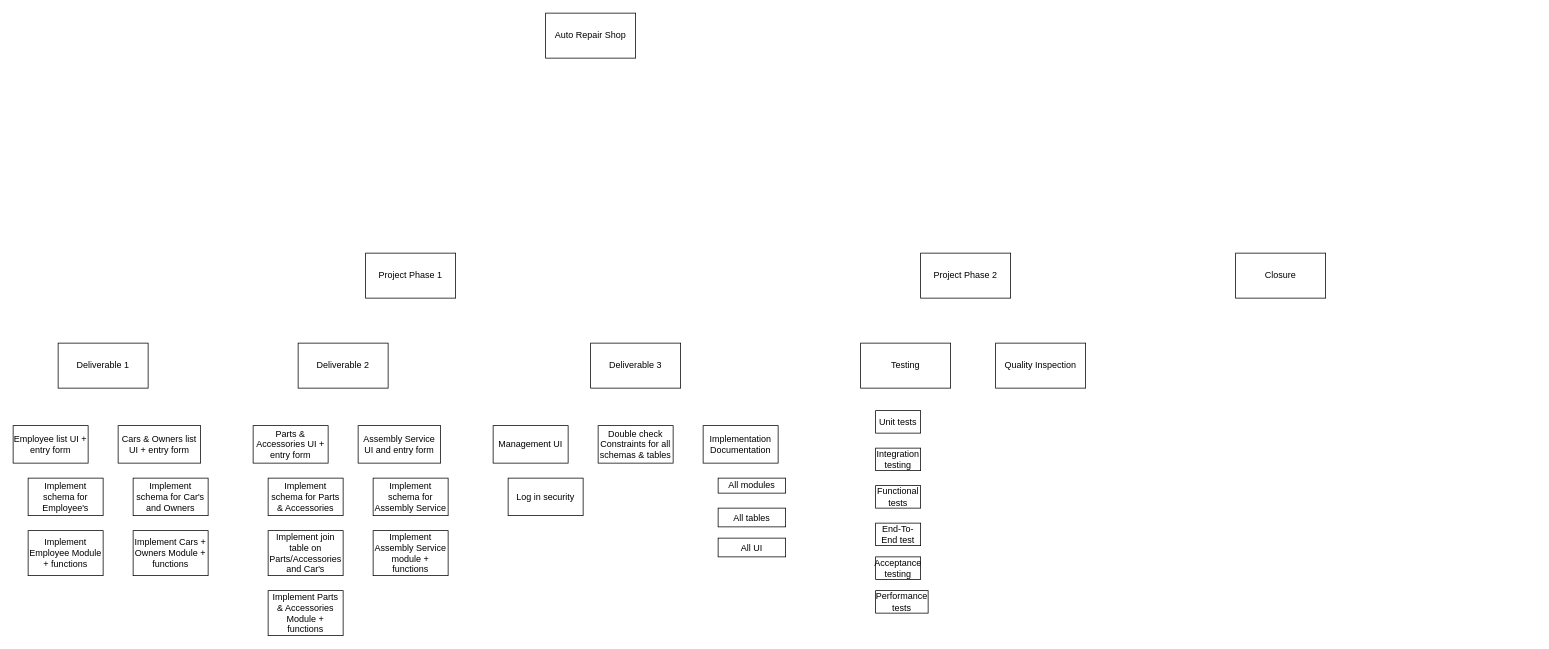
The draw.io diagram AutoRepairHybrid.drawio in DylanBriSmith/4313Drawings, before the edit. Source tidied: cells renumbered, new cells numbered last; positions are measured from the earlier drawing's top-left corner, leaving out a move shared by most shapes. Both pictures are drawn from the tidied source at 75%, with x=0, y=0 at pixel (13, 13).
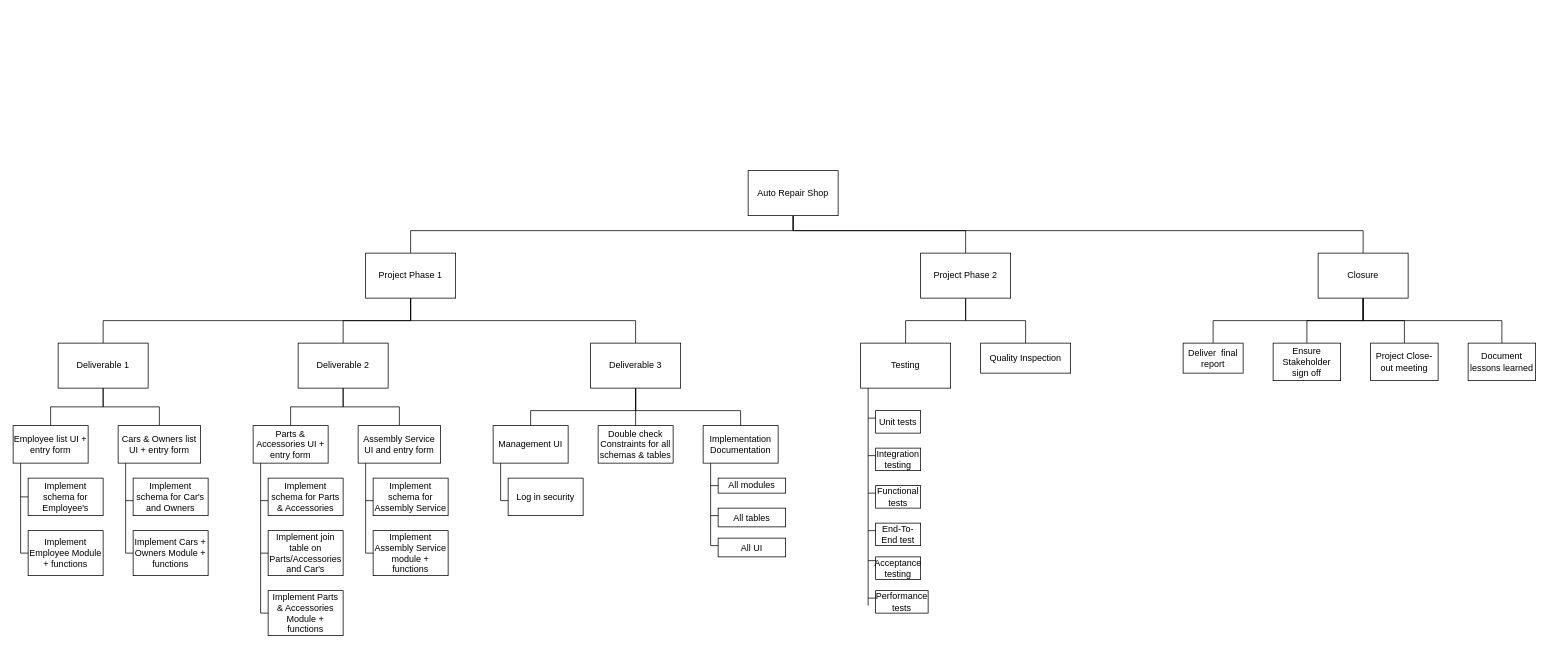
The same page after the edit.

Unchanged cells that the change refers to:
```xml
<mxCell id="3" value="Project Phase 1" style="rounded=0;whiteSpace=wrap;html=1;" parent="1" vertex="1">
  <mxGeometry x="470" y="320" width="120" height="60" as="geometry" />
</mxCell>
<mxCell id="4" value="Deliverable 1" style="rounded=0;whiteSpace=wrap;html=1;" parent="1" vertex="1">
  <mxGeometry x="60" y="440" width="120" height="60" as="geometry" />
</mxCell>
<mxCell id="5" value="Employee list UI + entry form" style="rounded=0;whiteSpace=wrap;html=1;" parent="1" vertex="1">
  <mxGeometry y="550" width="100" height="50" as="geometry" />
</mxCell>
<mxCell id="6" value="Cars &amp;amp; Owners list UI + entry form" style="rounded=0;whiteSpace=wrap;html=1;" parent="1" vertex="1">
  <mxGeometry x="140" y="550" width="110" height="50" as="geometry" />
</mxCell>
<mxCell id="7" value="Implement schema for Employee's" style="rounded=0;whiteSpace=wrap;html=1;" parent="1" vertex="1">
  <mxGeometry x="20" y="620" width="100" height="50" as="geometry" />
</mxCell>
<mxCell id="11" value="Deliverable 2" style="rounded=0;whiteSpace=wrap;html=1;" parent="1" vertex="1">
  <mxGeometry x="380" y="440" width="120" height="60" as="geometry" />
</mxCell>
<mxCell id="12" value="Parts &amp;amp; Accessories UI + entry form" style="rounded=0;whiteSpace=wrap;html=1;" parent="1" vertex="1">
  <mxGeometry x="320" y="550" width="100" height="50" as="geometry" />
</mxCell>
<mxCell id="13" value="Assembly Service UI and entry form" style="rounded=0;whiteSpace=wrap;html=1;" parent="1" vertex="1">
  <mxGeometry x="460" y="550" width="110" height="50" as="geometry" />
</mxCell>
<mxCell id="19" value="Deliverable 3" style="rounded=0;whiteSpace=wrap;html=1;" parent="1" vertex="1">
  <mxGeometry x="770" y="440" width="120" height="60" as="geometry" />
</mxCell>
<mxCell id="20" value="Management UI" style="rounded=0;whiteSpace=wrap;html=1;" parent="1" vertex="1">
  <mxGeometry x="640" y="550" width="100" height="50" as="geometry" />
</mxCell>
<mxCell id="21" value="Double check Constraints for all schemas &amp;amp; tables" style="rounded=0;whiteSpace=wrap;html=1;" parent="1" vertex="1">
  <mxGeometry x="780" y="550" width="100" height="50" as="geometry" />
</mxCell>
<mxCell id="23" value="Implementation&lt;div&gt;Documentation&lt;/div&gt;" style="rounded=0;whiteSpace=wrap;html=1;" parent="1" vertex="1">
  <mxGeometry x="920" y="550" width="100" height="50" as="geometry" />
</mxCell>
<mxCell id="27" value="Project Phase 2" style="rounded=0;whiteSpace=wrap;html=1;" parent="1" vertex="1">
  <mxGeometry x="1210" y="320" width="120" height="60" as="geometry" />
</mxCell>
<mxCell id="28" value="Testing" style="rounded=0;whiteSpace=wrap;html=1;" parent="1" vertex="1">
  <mxGeometry x="1130" y="440" width="120" height="60" as="geometry" />
</mxCell>
```

Diff of the diagram source:
```diff
@@
+    <mxCell id="37" style="edgeStyle=orthogonalEdgeStyle;rounded=0;jettySize=auto;html=1;entryX=0.5;entryY=0;entryDx=0;entryDy=0;endArrow=none;endFill=0;" parent="1" edge="1" source="2" target="3">
+      <mxGeometry relative="1" as="geometry">
+        <Array as="points">
+          <mxPoint x="1040" y="290" />
+          <mxPoint x="530" y="290" />
+        </Array>
+      </mxGeometry>
+    </mxCell>
+    <mxCell id="38" value="&lt;div&gt;&lt;br&gt;&lt;/div&gt;&lt;div&gt;&lt;br&gt;&lt;/div&gt;" style="edgeStyle=orthogonalEdgeStyle;rounded=0;jettySize=auto;html=1;strokeColor=default;align=center;verticalAlign=middle;fontFamily=Helvetica;fontSize=11;fontColor=default;labelBackgroundColor=default;endArrow=none;endFill=0;" parent="1" edge="1" source="2" target="27">
+      <mxGeometry relative="1" as="geometry">
+        <Array as="points">
+          <mxPoint x="1040" y="290" />
+          <mxPoint x="1270" y="290" />
+        </Array>
+      </mxGeometry>
+    </mxCell>
+    <mxCell id="39" style="edgeStyle=orthogonalEdgeStyle;rounded=0;jettySize=auto;html=1;strokeColor=default;align=center;verticalAlign=middle;fontFamily=Helvetica;fontSize=11;fontColor=default;labelBackgroundColor=default;endArrow=none;endFill=0;" parent="1" edge="1" source="2" target="36">
+      <mxGeometry relative="1" as="geometry">
+        <Array as="points">
+          <mxPoint x="1040" y="290" />
+          <mxPoint x="1800" y="290" />
+        </Array>
+      </mxGeometry>
+    </mxCell>
     <mxCell id="2" value="Auto Repair Shop" style="rounded=0;whiteSpace=wrap;html=1;" parent="1" vertex="1">
-      <mxGeometry x="710" width="120" height="60" as="geometry" />
+      <mxGeometry x="980" y="210" width="120" height="60" as="geometry" />
     </mxCell>
+    <mxCell id="40" style="edgeStyle=orthogonalEdgeStyle;rounded=0;jettySize=auto;html=1;entryX=0.5;entryY=0;entryDx=0;entryDy=0;strokeColor=default;align=center;verticalAlign=middle;fontFamily=Helvetica;fontSize=11;fontColor=default;labelBackgroundColor=default;endArrow=none;endFill=0;" parent="1" edge="1" source="3" target="4">
+      <mxGeometry relative="1" as="geometry">
+        <Array as="points">
+          <mxPoint x="530" y="410" />
+          <mxPoint x="120" y="410" />
+        </Array>
+      </mxGeometry>
+    </mxCell>
+    <mxCell id="41" style="edgeStyle=orthogonalEdgeStyle;rounded=0;jettySize=auto;html=1;entryX=0.5;entryY=0;entryDx=0;entryDy=0;strokeColor=default;align=center;verticalAlign=middle;fontFamily=Helvetica;fontSize=11;fontColor=default;labelBackgroundColor=default;endArrow=none;endFill=0;" parent="1" edge="1" source="3" target="11">
+      <mxGeometry relative="1" as="geometry" />
+    </mxCell>
+    <mxCell id="42" style="edgeStyle=orthogonalEdgeStyle;rounded=0;jettySize=auto;html=1;strokeColor=default;align=center;verticalAlign=middle;fontFamily=Helvetica;fontSize=11;fontColor=default;labelBackgroundColor=default;endArrow=none;endFill=0;" parent="1" edge="1" source="3" target="19">
+      <mxGeometry relative="1" as="geometry">
+        <Array as="points">
+          <mxPoint x="530" y="410" />
+          <mxPoint x="830" y="410" />
+        </Array>
+      </mxGeometry>
+    </mxCell>
@@
+    <mxCell id="43" style="edgeStyle=orthogonalEdgeStyle;rounded=0;jettySize=auto;html=1;strokeColor=default;align=center;verticalAlign=middle;fontFamily=Helvetica;fontSize=11;fontColor=default;labelBackgroundColor=default;endArrow=none;endFill=0;" parent="1" edge="1" source="4" target="5">
+      <mxGeometry relative="1" as="geometry" />
+    </mxCell>
+    <mxCell id="44" style="edgeStyle=orthogonalEdgeStyle;rounded=0;jettySize=auto;html=1;entryX=0.5;entryY=0;entryDx=0;entryDy=0;strokeColor=default;align=center;verticalAlign=middle;fontFamily=Helvetica;fontSize=11;fontColor=default;labelBackgroundColor=default;endArrow=none;endFill=0;" parent="1" edge="1" source="4" target="6">
+      <mxGeometry relative="1" as="geometry" />
+    </mxCell>
@@
+    <mxCell id="45" style="edgeStyle=orthogonalEdgeStyle;rounded=0;jettySize=auto;html=1;strokeColor=default;align=center;verticalAlign=middle;fontFamily=Helvetica;fontSize=11;fontColor=default;labelBackgroundColor=default;endArrow=none;endFill=0;" parent="1" edge="1" source="11" target="12">
+      <mxGeometry relative="1" as="geometry" />
+    </mxCell>
+    <mxCell id="46" style="edgeStyle=orthogonalEdgeStyle;rounded=0;jettySize=auto;html=1;strokeColor=default;align=center;verticalAlign=middle;fontFamily=Helvetica;fontSize=11;fontColor=default;labelBackgroundColor=default;endArrow=none;endFill=0;" parent="1" edge="1" source="11" target="13">
+      <mxGeometry relative="1" as="geometry" />
+    </mxCell>
@@
+    <mxCell id="47" style="edgeStyle=orthogonalEdgeStyle;rounded=0;jettySize=auto;html=1;strokeColor=default;align=center;verticalAlign=middle;fontFamily=Helvetica;fontSize=11;fontColor=default;labelBackgroundColor=default;endArrow=none;endFill=0;" parent="1" edge="1" source="19" target="20">
+      <mxGeometry relative="1" as="geometry">
+        <Array as="points">
+          <mxPoint x="830" y="530" />
+          <mxPoint x="690" y="530" />
+        </Array>
+      </mxGeometry>
+    </mxCell>
+    <mxCell id="48" style="edgeStyle=orthogonalEdgeStyle;rounded=0;jettySize=auto;html=1;strokeColor=default;align=center;verticalAlign=middle;fontFamily=Helvetica;fontSize=11;fontColor=default;labelBackgroundColor=default;endArrow=none;endFill=0;" parent="1" edge="1" source="19" target="21">
+      <mxGeometry relative="1" as="geometry" />
+    </mxCell>
+    <mxCell id="49" style="edgeStyle=orthogonalEdgeStyle;rounded=0;jettySize=auto;html=1;entryX=0.5;entryY=0;entryDx=0;entryDy=0;strokeColor=default;align=center;verticalAlign=middle;fontFamily=Helvetica;fontSize=11;fontColor=default;labelBackgroundColor=default;endArrow=none;endFill=0;" parent="1" edge="1" source="19" target="23">
+      <mxGeometry relative="1" as="geometry">
+        <Array as="points">
+          <mxPoint x="830" y="530" />
+          <mxPoint x="970" y="530" />
+        </Array>
+      </mxGeometry>
+    </mxCell>
@@
+    <mxCell id="50" style="edgeStyle=orthogonalEdgeStyle;rounded=0;jettySize=auto;html=1;entryX=0.5;entryY=0;entryDx=0;entryDy=0;strokeColor=default;align=center;verticalAlign=middle;fontFamily=Helvetica;fontSize=11;fontColor=default;labelBackgroundColor=default;endArrow=none;endFill=0;" parent="1" edge="1" source="27" target="28">
+      <mxGeometry relative="1" as="geometry" />
+    </mxCell>
+    <mxCell id="51" style="edgeStyle=orthogonalEdgeStyle;rounded=0;jettySize=auto;html=1;strokeColor=default;align=center;verticalAlign=middle;fontFamily=Helvetica;fontSize=11;fontColor=default;labelBackgroundColor=default;endArrow=none;endFill=0;" parent="1" edge="1" source="27" target="35">
+      <mxGeometry relative="1" as="geometry">
+        <Array as="points">
+          <mxPoint x="1270" y="410" />
+          <mxPoint x="1350" y="410" />
+        </Array>
+      </mxGeometry>
+    </mxCell>
@@
     <mxCell id="35" value="Quality Inspection" style="rounded=0;whiteSpace=wrap;html=1;" parent="1" vertex="1">
-      <mxGeometry x="1310" y="440" width="120" height="60" as="geometry" />
+      <mxGeometry x="1290" y="440" width="120" height="40" as="geometry" />
     </mxCell>
+    <mxCell id="52" style="edgeStyle=orthogonalEdgeStyle;rounded=0;jettySize=auto;html=1;strokeColor=default;align=center;verticalAlign=middle;fontFamily=Helvetica;fontSize=11;fontColor=default;labelBackgroundColor=default;endArrow=none;endFill=0;" parent="1" edge="1" source="36" target="56">
+      <mxGeometry relative="1" as="geometry">
+        <Array as="points">
+          <mxPoint x="1800" y="410" />
+          <mxPoint x="1600" y="410" />
+        </Array>
+      </mxGeometry>
+    </mxCell>
+    <mxCell id="53" style="edgeStyle=orthogonalEdgeStyle;rounded=0;jettySize=auto;html=1;entryX=0.5;entryY=0;entryDx=0;entryDy=0;strokeColor=default;align=center;verticalAlign=middle;fontFamily=Helvetica;fontSize=11;fontColor=default;labelBackgroundColor=default;endArrow=none;endFill=0;" parent="1" edge="1" source="36" target="57">
+      <mxGeometry relative="1" as="geometry" />
+    </mxCell>
+    <mxCell id="54" style="edgeStyle=orthogonalEdgeStyle;rounded=0;jettySize=auto;html=1;strokeColor=default;align=center;verticalAlign=middle;fontFamily=Helvetica;fontSize=11;fontColor=default;labelBackgroundColor=default;endArrow=none;endFill=0;" parent="1" edge="1" source="36" target="58">
+      <mxGeometry relative="1" as="geometry" />
+    </mxCell>
+    <mxCell id="55" style="edgeStyle=orthogonalEdgeStyle;rounded=0;jettySize=auto;html=1;strokeColor=default;align=center;verticalAlign=middle;fontFamily=Helvetica;fontSize=11;fontColor=default;labelBackgroundColor=default;endArrow=none;endFill=0;" parent="1" edge="1" source="36" target="59">
+      <mxGeometry relative="1" as="geometry">
+        <Array as="points">
+          <mxPoint x="1800" y="410" />
+          <mxPoint x="1985" y="410" />
+        </Array>
+      </mxGeometry>
+    </mxCell>
     <mxCell id="36" value="Closure" style="rounded=0;whiteSpace=wrap;html=1;" parent="1" vertex="1">
-      <mxGeometry x="1630" y="320" width="120" height="60" as="geometry" />
+      <mxGeometry x="1740" y="320" width="120" height="60" as="geometry" />
     </mxCell>
+    <mxCell id="56" value="Deliver&amp;nbsp; final report" style="rounded=0;whiteSpace=wrap;html=1;" parent="1" vertex="1">
+      <mxGeometry x="1560" y="440" width="80" height="40" as="geometry" />
+    </mxCell>
+    <mxCell id="57" value="Ensure Stakeholder sign off" style="rounded=0;whiteSpace=wrap;html=1;" parent="1" vertex="1">
+      <mxGeometry x="1680" y="440" width="90" height="50" as="geometry" />
+    </mxCell>
+    <mxCell id="58" value="Project Close-out meeting" style="rounded=0;whiteSpace=wrap;html=1;" parent="1" vertex="1">
+      <mxGeometry x="1810" y="440" width="90" height="50" as="geometry" />
+    </mxCell>
+    <mxCell id="59" value="Document lessons learned" style="rounded=0;whiteSpace=wrap;html=1;" parent="1" vertex="1">
+      <mxGeometry x="1940" y="440" width="90" height="50" as="geometry" />
+    </mxCell>
+    <mxCell id="60" style="endArrow=none;html=1;rounded=0;" parent="1" edge="1">
+      <mxGeometry relative="1" as="geometry">
+        <mxPoint x="10" y="720" as="sourcePoint" />
+        <mxPoint x="10" y="600" as="targetPoint" />
+      </mxGeometry>
+    </mxCell>
+    <mxCell id="61" style="endArrow=none;html=1;rounded=0;" parent="1" edge="1">
+      <mxGeometry relative="1" as="geometry">
+        <mxPoint x="150" y="720" as="sourcePoint" />
+        <mxPoint x="150" y="600" as="targetPoint" />
+      </mxGeometry>
+    </mxCell>
+    <mxCell id="62" style="endArrow=none;html=1;rounded=0;" parent="1" edge="1">
+      <mxGeometry relative="1" as="geometry">
+        <mxPoint x="330" y="800" as="sourcePoint" />
+        <mxPoint x="330" y="600" as="targetPoint" />
+      </mxGeometry>
+    </mxCell>
+    <mxCell id="63" style="endArrow=none;html=1;rounded=0;" parent="1" edge="1">
+      <mxGeometry relative="1" as="geometry">
+        <mxPoint x="470" y="720" as="sourcePoint" />
+        <mxPoint x="470" y="600" as="targetPoint" />
+      </mxGeometry>
+    </mxCell>
+    <mxCell id="64" style="endArrow=none;html=1;rounded=0;" parent="1" edge="1">
+      <mxGeometry relative="1" as="geometry">
+        <mxPoint x="650" y="650" as="sourcePoint" />
+        <mxPoint x="650" y="600" as="targetPoint" />
+      </mxGeometry>
+    </mxCell>
+    <mxCell id="65" style="endArrow=none;html=1;rounded=0;" parent="1" edge="1">
+      <mxGeometry relative="1" as="geometry">
+        <mxPoint x="930" y="710" as="sourcePoint" />
+        <mxPoint x="930" y="600" as="targetPoint" />
+      </mxGeometry>
+    </mxCell>
+    <mxCell id="66" style="endArrow=none;html=1;rounded=0;" parent="1" edge="1">
+      <mxGeometry relative="1" as="geometry">
+        <mxPoint x="1140" y="790" as="sourcePoint" />
+        <mxPoint x="1140" y="500" as="targetPoint" />
+      </mxGeometry>
+    </mxCell>
+    <mxCell id="67" style="endArrow=none;html=1;rounded=0;entryX=0;entryY=0.5;entryDx=0;entryDy=0;" parent="1" edge="1" target="7">
+      <mxGeometry relative="1" as="geometry">
+        <mxPoint x="10" y="645" as="sourcePoint" />
+      </mxGeometry>
+    </mxCell>
+    <mxCell id="68" style="endArrow=none;html=1;rounded=0;entryX=0;entryY=0.5;entryDx=0;entryDy=0;" parent="1" edge="1">
+      <mxGeometry relative="1" as="geometry">
+        <mxPoint x="10" y="720" as="sourcePoint" />
+        <mxPoint x="20" y="720" as="targetPoint" />
+      </mxGeometry>
+    </mxCell>
+    <mxCell id="69" style="endArrow=none;html=1;rounded=0;entryX=0;entryY=0.5;entryDx=0;entryDy=0;" parent="1" edge="1">
+      <mxGeometry relative="1" as="geometry">
+        <mxPoint x="150" y="650" as="sourcePoint" />
+        <mxPoint x="160" y="650" as="targetPoint" />
+      </mxGeometry>
+    </mxCell>
+    <mxCell id="70" style="endArrow=none;html=1;rounded=0;entryX=0;entryY=0.5;entryDx=0;entryDy=0;" parent="1" edge="1">
+      <mxGeometry relative="1" as="geometry">
+        <mxPoint x="150" y="720" as="sourcePoint" />
+        <mxPoint x="160" y="720" as="targetPoint" />
+      </mxGeometry>
+    </mxCell>
+    <mxCell id="71" style="endArrow=none;html=1;rounded=0;entryX=0;entryY=0.5;entryDx=0;entryDy=0;" parent="1" edge="1">
+      <mxGeometry relative="1" as="geometry">
+        <mxPoint x="330" y="650" as="sourcePoint" />
+        <mxPoint x="340" y="650" as="targetPoint" />
+      </mxGeometry>
+    </mxCell>
+    <mxCell id="72" style="endArrow=none;html=1;rounded=0;entryX=0;entryY=0.5;entryDx=0;entryDy=0;" parent="1" edge="1">
+      <mxGeometry relative="1" as="geometry">
+        <mxPoint x="330" y="720" as="sourcePoint" />
+        <mxPoint x="340" y="720" as="targetPoint" />
+      </mxGeometry>
+    </mxCell>
+    <mxCell id="73" style="endArrow=none;html=1;rounded=0;entryX=0;entryY=0.5;entryDx=0;entryDy=0;" parent="1" edge="1">
+      <mxGeometry relative="1" as="geometry">
+        <mxPoint x="330" y="800" as="sourcePoint" />
+        <mxPoint x="340" y="800" as="targetPoint" />
+      </mxGeometry>
+    </mxCell>
+    <mxCell id="74" style="endArrow=none;html=1;rounded=0;entryX=0;entryY=0.5;entryDx=0;entryDy=0;" parent="1" edge="1">
+      <mxGeometry relative="1" as="geometry">
+        <mxPoint x="470" y="720" as="sourcePoint" />
+        <mxPoint x="480" y="720" as="targetPoint" />
+      </mxGeometry>
+    </mxCell>
+    <mxCell id="75" style="endArrow=none;html=1;rounded=0;entryX=0;entryY=0.5;entryDx=0;entryDy=0;" parent="1" edge="1">
+      <mxGeometry relative="1" as="geometry">
+        <mxPoint x="470" y="650" as="sourcePoint" />
+        <mxPoint x="480" y="650" as="targetPoint" />
+      </mxGeometry>
+    </mxCell>
+    <mxCell id="76" style="endArrow=none;html=1;rounded=0;entryX=0;entryY=0.5;entryDx=0;entryDy=0;" parent="1" edge="1">
+      <mxGeometry relative="1" as="geometry">
+        <mxPoint x="650" y="650" as="sourcePoint" />
+        <mxPoint x="660" y="650" as="targetPoint" />
+      </mxGeometry>
+    </mxCell>
+    <mxCell id="77" style="endArrow=none;html=1;rounded=0;entryX=0;entryY=0.5;entryDx=0;entryDy=0;" parent="1" edge="1">
+      <mxGeometry relative="1" as="geometry">
+        <mxPoint x="930" y="630" as="sourcePoint" />
+        <mxPoint x="940" y="630" as="targetPoint" />
+      </mxGeometry>
+    </mxCell>
+    <mxCell id="78" style="endArrow=none;html=1;rounded=0;entryX=0;entryY=0.5;entryDx=0;entryDy=0;" parent="1" edge="1">
+      <mxGeometry relative="1" as="geometry">
+        <mxPoint x="930" y="670" as="sourcePoint" />
+        <mxPoint x="940" y="670" as="targetPoint" />
+      </mxGeometry>
+    </mxCell>
+    <mxCell id="79" style="endArrow=none;html=1;rounded=0;entryX=0;entryY=0.5;entryDx=0;entryDy=0;" parent="1" edge="1">
+      <mxGeometry relative="1" as="geometry">
+        <mxPoint x="930" y="710" as="sourcePoint" />
+        <mxPoint x="940" y="710" as="targetPoint" />
+      </mxGeometry>
+    </mxCell>
+    <mxCell id="80" style="endArrow=none;html=1;rounded=0;entryX=0;entryY=0.5;entryDx=0;entryDy=0;" parent="1" edge="1">
+      <mxGeometry relative="1" as="geometry">
+        <mxPoint x="1140" y="540" as="sourcePoint" />
+        <mxPoint x="1150" y="540" as="targetPoint" />
+      </mxGeometry>
+    </mxCell>
+    <mxCell id="81" style="endArrow=none;html=1;rounded=0;entryX=0;entryY=0.5;entryDx=0;entryDy=0;" parent="1" edge="1">
+      <mxGeometry relative="1" as="geometry">
+        <mxPoint x="1140" y="590" as="sourcePoint" />
+        <mxPoint x="1150" y="590" as="targetPoint" />
+      </mxGeometry>
+    </mxCell>
+    <mxCell id="82" style="endArrow=none;html=1;rounded=0;entryX=0;entryY=0.5;entryDx=0;entryDy=0;" parent="1" edge="1">
+      <mxGeometry relative="1" as="geometry">
+        <mxPoint x="1140" y="640" as="sourcePoint" />
+        <mxPoint x="1150" y="640" as="targetPoint" />
+      </mxGeometry>
+    </mxCell>
+    <mxCell id="83" style="endArrow=none;html=1;rounded=0;entryX=0;entryY=0.5;entryDx=0;entryDy=0;" parent="1" edge="1">
+      <mxGeometry relative="1" as="geometry">
+        <mxPoint x="1140" y="690" as="sourcePoint" />
+        <mxPoint x="1150" y="690" as="targetPoint" />
+      </mxGeometry>
+    </mxCell>
+    <mxCell id="84" style="endArrow=none;html=1;rounded=0;entryX=0;entryY=0.5;entryDx=0;entryDy=0;" parent="1" edge="1">
+      <mxGeometry relative="1" as="geometry">
+        <mxPoint x="1140" y="730" as="sourcePoint" />
+        <mxPoint x="1150" y="730" as="targetPoint" />
+      </mxGeometry>
+    </mxCell>
+    <mxCell id="85" style="endArrow=none;html=1;rounded=0;entryX=0;entryY=0.5;entryDx=0;entryDy=0;" parent="1" edge="1">
+      <mxGeometry relative="1" as="geometry">
+        <mxPoint x="1140" y="780" as="sourcePoint" />
+        <mxPoint x="1150" y="780" as="targetPoint" />
+      </mxGeometry>
+    </mxCell>
```
